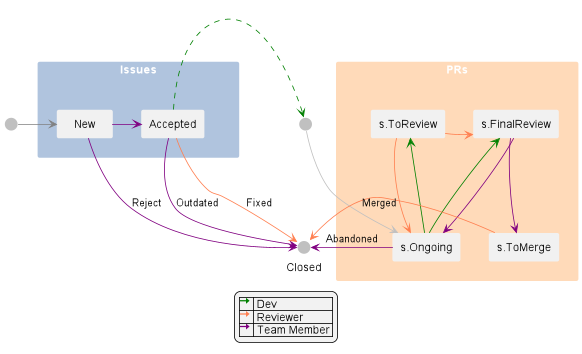
TEAMMATES/teammates keeps this PlantUML diagram as docs/images/IssueLifecycle.png. Above is the earlier version. Its diagram source:
```plantuml
@startuml
!include style.puml
skinparam legendBackgroundColor #f2f2f2
<style>
rectangle {
    LineColor transparent
}
</style>

together {
    rectangle <color:white>Issues as Issues #lightsteelblue {
        rectangle Accepted
        rectangle New
    }
    circle " " as start2 #silver;line:transparent
}
together {
    rectangle <color:white>PRs as PRs #peachpuff {
        rectangle s.ToReview
        rectangle s.FinalReview
        rectangle s.Ongoing
        rectangle s.ToMerge
    }
    circle " " as start1 #silver;line:transparent
    circle "Closed" as start3 #silver;line:transparent
}

New -[#purple]> Accepted
New -[#purple]> start3 : Reject
Accepted .[#green]right.> start1
Accepted -[#purple]> start3 : Outdated
Accepted -[#coral]> start3 : Fixed
start1 -[#silver]-> s.Ongoing
start2 -right-> New #line:grey

s.Ongoing -[#green]-> s.ToReview
s.ToReview -[#coral]-> s.Ongoing
s.ToReview -[#coral]right-> s.FinalReview
s.FinalReview -[#purple]-> s.ToMerge
s.Ongoing -[#green]up-> s.FinalReview
s.Ongoing -[#purple]left-> start3 : Abandoned
s.FinalReview -[#purple]-> s.Ongoing
s.ToMerge -[#coral]left-> start3 : Merged

legend bottom center
  |<color:green><size:18><&arrow-right></size></color> | Dev |
  |<color:coral><size:18><&arrow-right></size></color>| Reviewer |
  |<color:purple><size:18><&arrow-right></size></color>| Team Member |
endlegend

PRs -[hidden]left- Issues
s.ToReview -[hidden]down- s.Ongoing
s.FinalReview -[hidden]down- s.ToMerge
s.ToReview -[hidden]right- s.FinalReview
s.Ongoing -[hidden]right- s.ToMerge
Issues -[hidden]down- start3
@enduml
```
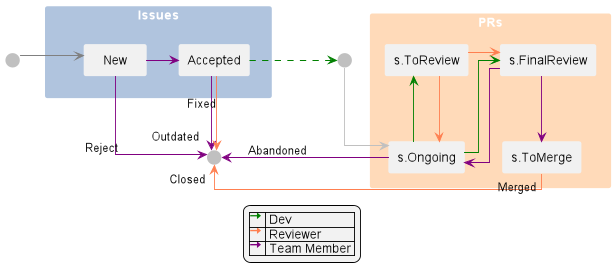
Above is the later version.

What changed in the source:
```diff
@@ -1,6 +1,7 @@
 @startuml
 !include style.puml
 skinparam legendBackgroundColor #f2f2f2
+skinparam linetype ortho
 <style>
 rectangle {
     LineColor transparent
@@ -22,14 +23,14 @@
         rectangle s.ToMerge
     }
     circle " " as start1 #silver;line:transparent
-    circle "Closed" as start3 #silver;line:transparent
 }
+circle " " as start3 #silver;line:transparent
 
 New -[#purple]> Accepted
 New -[#purple]> start3 : Reject
 Accepted .[#green]right.> start1
-Accepted -[#purple]> start3 : Outdated
-Accepted -[#coral]> start3 : Fixed
+Accepted -[#purple]-> "Outdated" start3
+start3 <-[#coral]- Accepted : Fixed
 start1 -[#silver]-> s.Ongoing
 start2 -right-> New #line:grey
 
@@ -40,7 +41,7 @@
 s.Ongoing -[#green]up-> s.FinalReview
 s.Ongoing -[#purple]left-> start3 : Abandoned
 s.FinalReview -[#purple]-> s.Ongoing
-s.ToMerge -[#coral]left-> start3 : Merged
+s.ToMerge "Merged" -[#coral]left-> "Closed" start3
 
 legend bottom center
   |<color:green><size:18><&arrow-right></size></color> | Dev |
@@ -48,10 +49,5 @@
   |<color:purple><size:18><&arrow-right></size></color>| Team Member |
 endlegend
 
-PRs -[hidden]left- Issues
-s.ToReview -[hidden]down- s.Ongoing
-s.FinalReview -[hidden]down- s.ToMerge
-s.ToReview -[hidden]right- s.FinalReview
-s.Ongoing -[hidden]right- s.ToMerge
 Issues -[hidden]down- start3
 @enduml
```
